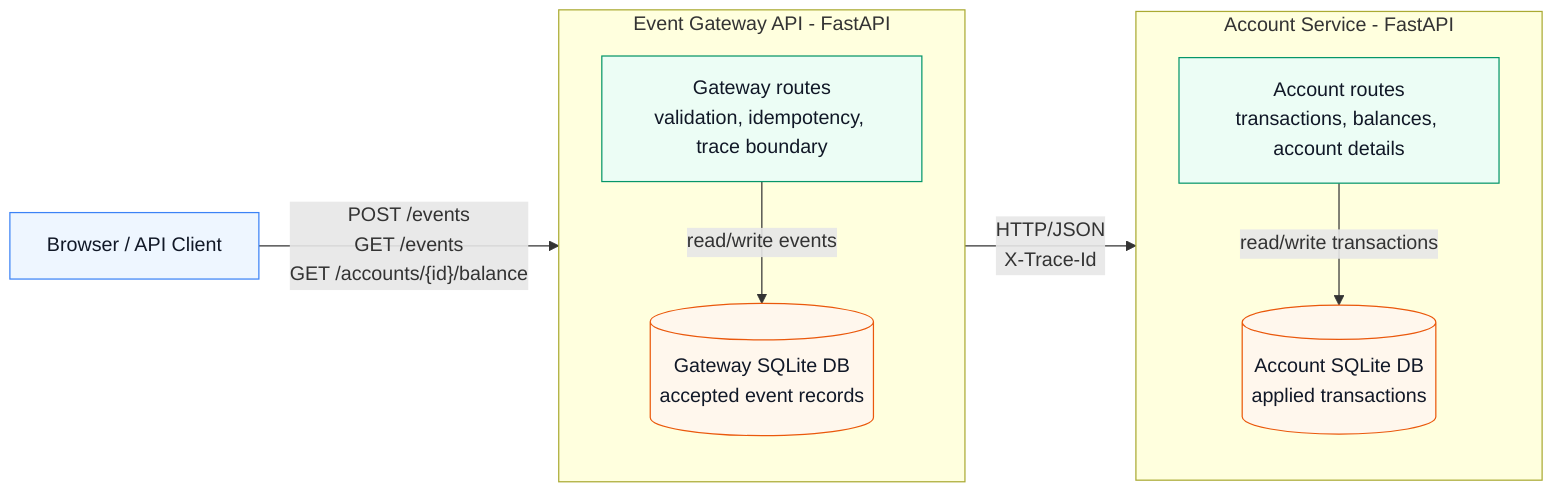
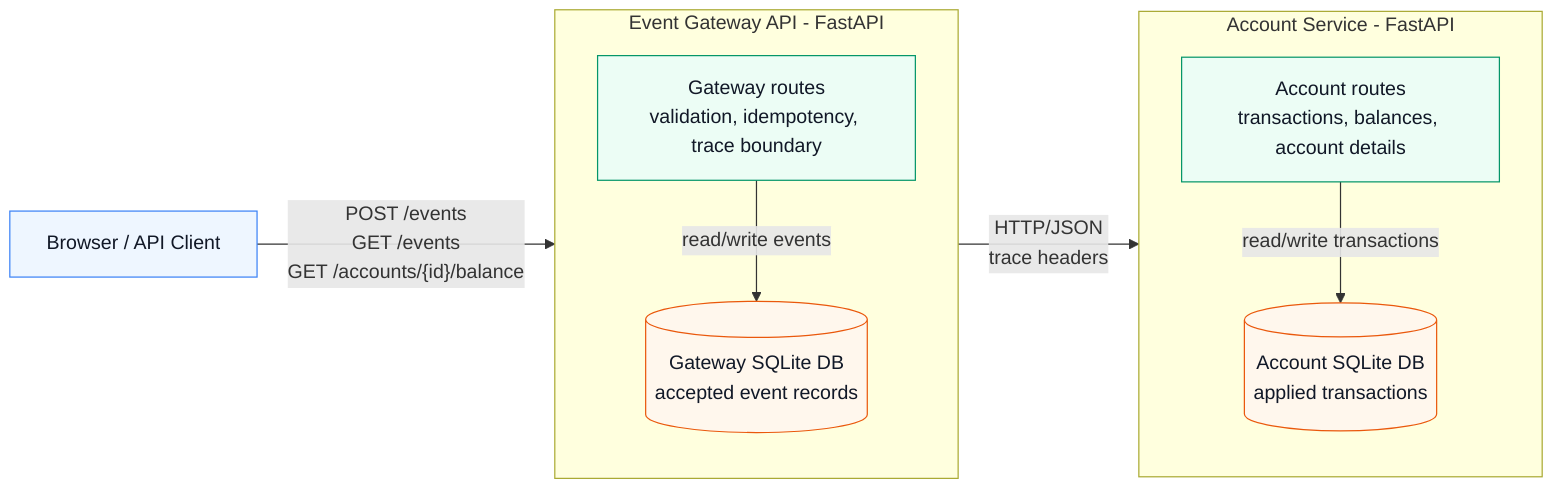
flowchart LR
  %% C4 Level 2: Containers. External callers flow into Gateway, then Account Service.
  client["Browser / API Client"]

  subgraph gatewayBoundary["Event Gateway API - FastAPI"]
    direction TB
    gateway["Gateway routes<br/>validation, idempotency, trace boundary"]
    gatewayDb[("Gateway SQLite DB<br/>accepted event records")]
    gateway -->|"read/write events"| gatewayDb
  end

  subgraph accountBoundary["Account Service - FastAPI"]
    direction TB
    account["Account routes<br/>transactions, balances, account details"]
    accountDb[("Account SQLite DB<br/>applied transactions")]
    account -->|"read/write transactions"| accountDb
  end

  client -->|"POST /events<br/>GET /events<br/>GET /accounts/{id}/balance"| gateway
-   gateway -->|"HTTP/JSON<br/>X-Trace-Id"| account
+   gateway -->|"HTTP/JSON<br/>trace headers"| account

  classDef actor fill:#eef6ff,stroke:#3b82f6,color:#111827
  classDef service fill:#ecfdf5,stroke:#059669,color:#111827
  classDef database fill:#fff7ed,stroke:#ea580c,color:#111827
  class client actor
  class gateway,account service
  class gatewayDb,accountDb database
